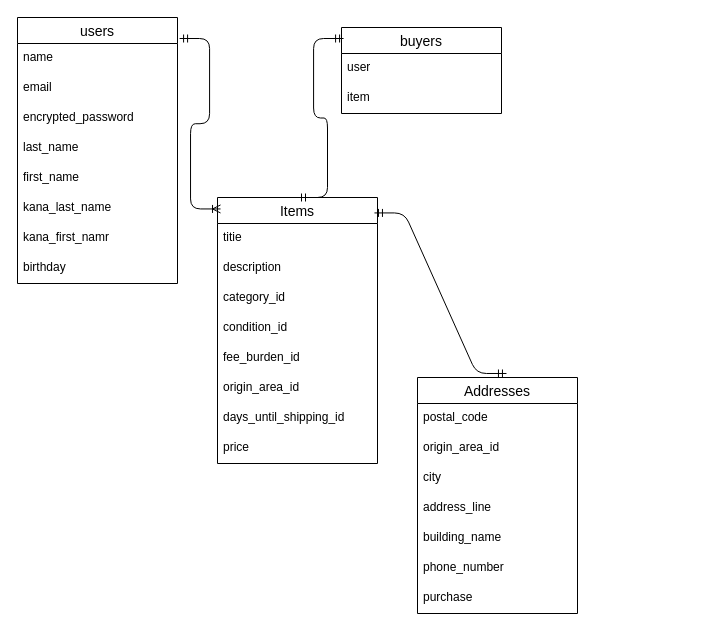
Earlier version of the draw.io diagram test.dio (nadatecoco/furima-42115). Source tidied: cells renumbered, new cells numbered last; positions are measured from the earlier drawing's top-left corner, leaving out a move shared by most shapes. Both pictures are drawn from the tidied source at 100%, with x=0, y=0 at pixel (17, 17).
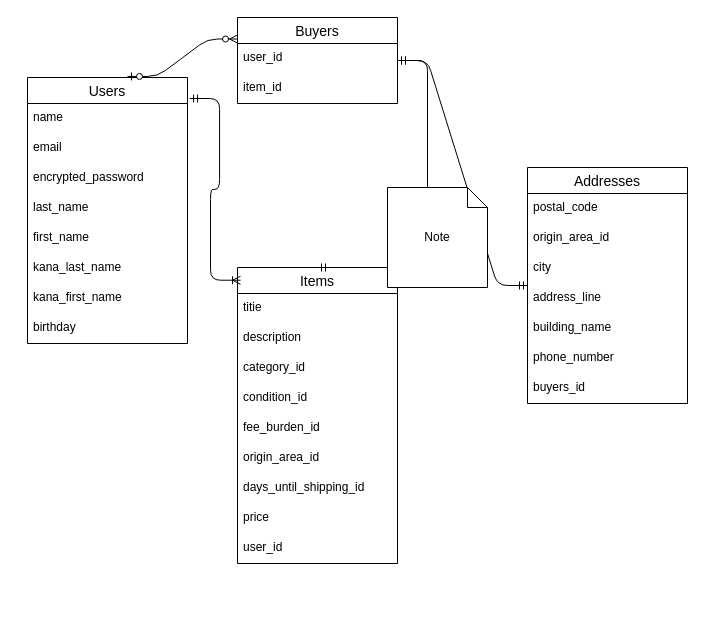
After the change.

What changed in the source:
```diff
@@
-    <mxCell id="2" value="users" style="swimlane;fontStyle=0;horizontal=1;startSize=26;align=center;fontSize=14;" parent="1" vertex="1">
-      <mxGeometry width="160" height="266" as="geometry" />
+    <mxCell id="2" value="Users" style="swimlane;fontStyle=0;horizontal=1;startSize=26;align=center;fontSize=14;" parent="1" vertex="1">
+      <mxGeometry x="10" y="60" width="160" height="266" as="geometry" />
     </mxCell>
@@
-    <mxCell id="9" value="kana_first_namr" style="text;strokeColor=none;fillColor=none;spacingLeft=4;spacingRight=4;overflow=hidden;fontSize=12;whiteSpace=wrap;html=1;" parent="2" vertex="1">
+    <mxCell id="9" value="kana_first_name" style="text;strokeColor=none;fillColor=none;spacingLeft=4;spacingRight=4;overflow=hidden;fontSize=12;whiteSpace=wrap;html=1;" parent="2" vertex="1">
       <mxGeometry y="206" width="160" height="30" as="geometry" />
     </mxCell>
@@
     <mxCell id="11" value="Addresses" style="swimlane;fontStyle=0;horizontal=1;startSize=26;align=center;fontSize=14;" parent="1" vertex="1">
-      <mxGeometry x="400" y="360" width="160" height="236" as="geometry" />
+      <mxGeometry x="510" y="150" width="160" height="236" as="geometry" />
     </mxCell>
@@
-    <mxCell id="18" value="purchase" style="text;strokeColor=none;fillColor=none;spacingLeft=4;spacingRight=4;overflow=hidden;fontSize=12;whiteSpace=wrap;html=1;" parent="11" vertex="1">
-      <mxGeometry y="206" width="160" height="30" as="geometry" />
-    </mxCell>
+    <mxCell id="34" value="buyers_id" style="text;strokeColor=none;fillColor=none;spacingLeft=4;spacingRight=4;overflow=hidden;fontSize=12;whiteSpace=wrap;html=1;" parent="11" vertex="1">
+      <mxGeometry y="206" width="160" height="30" as="geometry" />
+    </mxCell>
-    <mxCell id="19" value="buyers" style="swimlane;fontStyle=0;horizontal=1;startSize=26;align=center;fontSize=14;" parent="1" vertex="1">
-      <mxGeometry x="324" y="10" width="160" height="86" as="geometry" />
+    <mxCell id="19" value="Buyers" style="swimlane;fontStyle=0;horizontal=1;startSize=26;align=center;fontSize=14;" parent="1" vertex="1">
+      <mxGeometry x="220" width="160" height="86" as="geometry" />
     </mxCell>
-    <mxCell id="20" value="user" style="text;strokeColor=none;fillColor=none;spacingLeft=4;spacingRight=4;overflow=hidden;fontSize=12;whiteSpace=wrap;html=1;" parent="19" vertex="1">
+    <mxCell id="20" value="user_id" style="text;strokeColor=none;fillColor=none;spacingLeft=4;spacingRight=4;overflow=hidden;fontSize=12;whiteSpace=wrap;html=1;" parent="19" vertex="1">
       <mxGeometry y="26" width="160" height="30" as="geometry" />
     </mxCell>
-    <mxCell id="21" value="item" style="text;strokeColor=none;fillColor=none;spacingLeft=4;spacingRight=4;overflow=hidden;fontSize=12;whiteSpace=wrap;html=1;" parent="19" vertex="1">
+    <mxCell id="21" value="item_id" style="text;strokeColor=none;fillColor=none;spacingLeft=4;spacingRight=4;overflow=hidden;fontSize=12;whiteSpace=wrap;html=1;" parent="19" vertex="1">
       <mxGeometry y="56" width="160" height="30" as="geometry" />
     </mxCell>
     <mxCell id="22" value="Items" style="swimlane;fontStyle=0;horizontal=1;startSize=26;align=center;fontSize=14;" parent="1" vertex="1">
-      <mxGeometry x="200" y="180" width="160" height="266" as="geometry" />
+      <mxGeometry x="220" y="250" width="160" height="296" as="geometry" />
     </mxCell>
@@
+    <mxCell id="35" value="user_id" style="text;strokeColor=none;fillColor=none;spacingLeft=4;spacingRight=4;overflow=hidden;fontSize=12;whiteSpace=wrap;html=1;" parent="22" vertex="1">
+      <mxGeometry y="266" width="160" height="30" as="geometry" />
+    </mxCell>
@@
-    <mxCell id="32" style="edgeStyle=entityRelationEdgeStyle;fontSize=12;html=1;endArrow=ERmandOne;startArrow=ERmandOne;entryX=0.981;entryY=0.058;entryDx=0;entryDy=0;entryPerimeter=0;exitX=0.556;exitY=-0.017;exitDx=0;exitDy=0;exitPerimeter=0;" parent="1" edge="1" source="11" target="22">
-      <mxGeometry relative="1" as="geometry" />
-    </mxCell>
-    <mxCell id="33" style="edgeStyle=entityRelationEdgeStyle;fontSize=12;html=1;endArrow=ERmandOne;startArrow=ERmandOne;exitX=0.013;exitY=0.128;exitDx=0;exitDy=0;entryX=0.5;entryY=0;entryDx=0;entryDy=0;exitPerimeter=0;" parent="1" edge="1" source="19" target="22">
+    <mxCell id="33" style="edgeStyle=entityRelationEdgeStyle;fontSize=12;html=1;endArrow=ERmandOne;startArrow=ERmandOne;entryX=0.5;entryY=0;entryDx=0;entryDy=0;" parent="1" edge="1" source="19" target="22">
       <mxGeometry relative="1" as="geometry" />
     </mxCell>
+    <mxCell id="36" style="edgeStyle=entityRelationEdgeStyle;fontSize=12;html=1;endArrow=ERzeroToMany;startArrow=ERzeroToOne;exitX=0.625;exitY=-0.004;exitDx=0;exitDy=0;exitPerimeter=0;entryX=0;entryY=0.25;entryDx=0;entryDy=0;" parent="1" edge="1" source="2" target="19">
+      <mxGeometry relative="1" as="geometry">
+        <Array as="points">
+          <mxPoint x="200" y="10" />
+        </Array>
+      </mxGeometry>
+    </mxCell>
+    <mxCell id="37" style="edgeStyle=entityRelationEdgeStyle;fontSize=12;html=1;endArrow=ERmandOne;startArrow=ERmandOne;" parent="1" edge="1" source="11" target="19">
+      <mxGeometry relative="1" as="geometry" />
+    </mxCell>
+    <mxCell id="38" value="Note" style="shape=note;size=20;whiteSpace=wrap;html=1;" parent="1" vertex="1">
+      <mxGeometry x="370" y="170" width="100" height="100" as="geometry" />
+    </mxCell>
```
